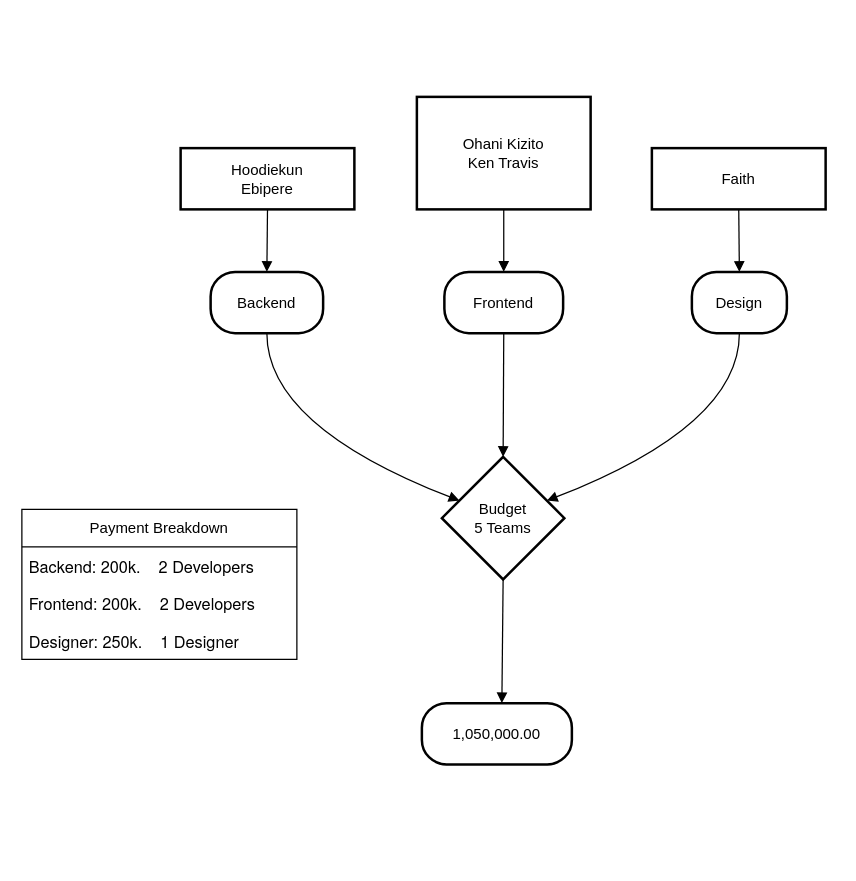
Hoodiekun/FicklePesky keeps this draw.io diagram as Untitled Diagram.drawio. Above is the earlier version. Source tidied: cells renumbered, new cells numbered last; positions are measured from the earlier drawing's top-left corner, leaving out a move shared by most shapes. Both pictures are drawn from the tidied source at 125%, with x=0, y=0 at pixel (21, 96).
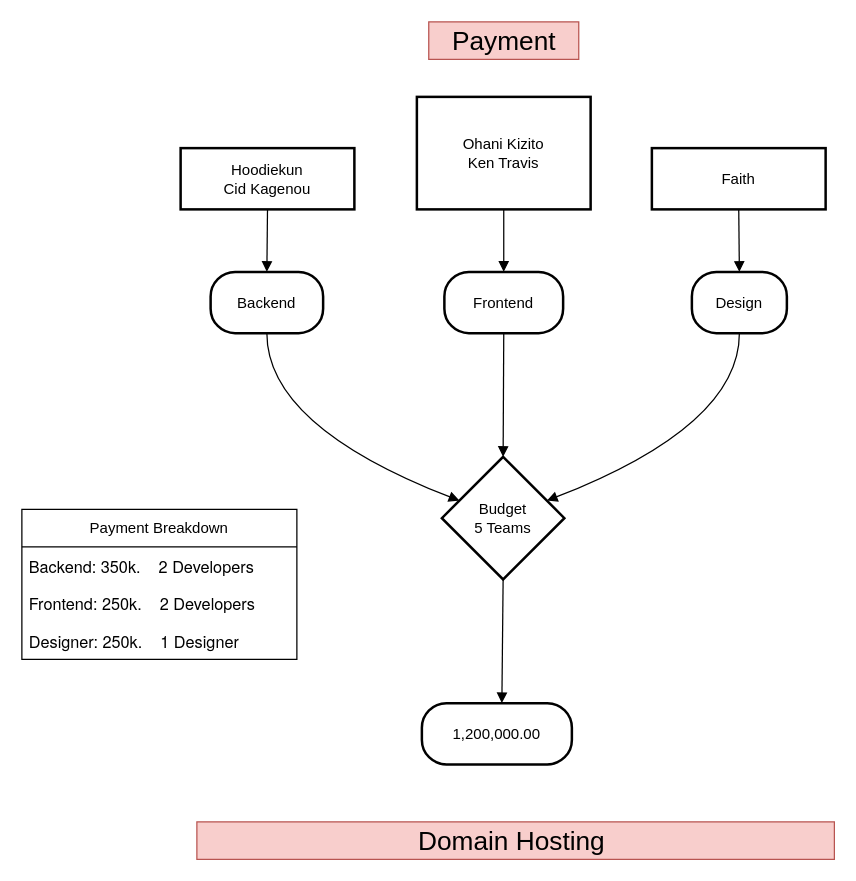
After the change.

The change refers to these unchanged cells:
```xml
<mxCell id="19" value="Payment Breakdown" style="swimlane;fontStyle=0;horizontal=1;startSize=30;whiteSpace=wrap;html=1;" parent="17" vertex="1">
  <mxGeometry width="220" height="120" as="geometry" />
</mxCell>
```

The edit, as a diff of the source:
```diff
@@
-    <mxCell id="2" value="Hoodiekun&#10;Ebipere" style="whiteSpace=wrap;strokeWidth=2;" parent="1" vertex="1">
+    <mxCell id="2" value="Hoodiekun&#10;Cid Kagenou" style="whiteSpace=wrap;strokeWidth=2;" parent="1" vertex="1">
       <mxGeometry x="127" y="41" width="139" height="49" as="geometry" />
     </mxCell>
@@
-    <mxCell id="16" value="1,050,000.00" style="rounded=1;arcSize=40;strokeWidth=2;" parent="1" vertex="1">
+    <mxCell id="16" value="1,200,000.00" style="rounded=1;arcSize=40;strokeWidth=2;" parent="1" vertex="1">
       <mxGeometry x="320" y="485" width="120" height="49" as="geometry" />
     </mxCell>
@@
-    <mxCell id="20" value="&lt;p style=&quot;margin: 0px; font-variant-numeric: normal; font-variant-east-asian: normal; font-variant-alternates: normal; font-size-adjust: none; font-kerning: auto; font-optical-sizing: auto; font-feature-settings: normal; font-variation-settings: normal; font-variant-position: normal; font-stretch: normal; font-size: 13px; line-height: normal; font-family: &amp;quot;Helvetica Neue&amp;quot;;&quot; class=&quot;p1&quot;&gt;Backend: 200k.&amp;nbsp; &amp;nbsp; 2 Developers&lt;/p&gt;" style="text;strokeColor=none;fillColor=none;align=left;verticalAlign=middle;spacingLeft=4;spacingRight=4;overflow=hidden;whiteSpace=wrap;html=1;" parent="19" vertex="1">
+    <mxCell id="20" value="&lt;p style=&quot;margin: 0px; font-variant-numeric: normal; font-variant-east-asian: normal; font-variant-alternates: normal; font-size-adjust: none; font-kerning: auto; font-optical-sizing: auto; font-feature-settings: normal; font-variation-settings: normal; font-variant-position: normal; font-stretch: normal; font-size: 13px; line-height: normal; font-family: &amp;quot;Helvetica Neue&amp;quot;;&quot; class=&quot;p1&quot;&gt;Backend: 350k.&amp;nbsp; &amp;nbsp; 2 Developers&lt;/p&gt;" style="text;strokeColor=none;fillColor=none;align=left;verticalAlign=middle;spacingLeft=4;spacingRight=4;overflow=hidden;whiteSpace=wrap;html=1;" parent="19" vertex="1">
       <mxGeometry y="30" width="220" height="30" as="geometry" />
     </mxCell>
-    <mxCell id="21" value="&lt;p style=&quot;margin: 0px; font-variant-numeric: normal; font-variant-east-asian: normal; font-variant-alternates: normal; font-size-adjust: none; font-kerning: auto; font-optical-sizing: auto; font-feature-settings: normal; font-variation-settings: normal; font-variant-position: normal; font-stretch: normal; font-size: 13px; line-height: normal; font-family: &amp;quot;Helvetica Neue&amp;quot;;&quot; class=&quot;p1&quot;&gt;Frontend: 200k.&amp;nbsp; &amp;nbsp; 2 Developers&lt;/p&gt;" style="text;strokeColor=none;fillColor=none;align=left;verticalAlign=middle;spacingLeft=4;spacingRight=4;overflow=hidden;whiteSpace=wrap;html=1;" parent="19" vertex="1">
+    <mxCell id="21" value="&lt;p style=&quot;margin: 0px; font-variant-numeric: normal; font-variant-east-asian: normal; font-variant-alternates: normal; font-size-adjust: none; font-kerning: auto; font-optical-sizing: auto; font-feature-settings: normal; font-variation-settings: normal; font-variant-position: normal; font-stretch: normal; font-size: 13px; line-height: normal; font-family: &amp;quot;Helvetica Neue&amp;quot;;&quot; class=&quot;p1&quot;&gt;Frontend: 250k.&amp;nbsp; &amp;nbsp; 2 Developers&lt;/p&gt;" style="text;strokeColor=none;fillColor=none;align=left;verticalAlign=middle;spacingLeft=4;spacingRight=4;overflow=hidden;whiteSpace=wrap;html=1;" parent="19" vertex="1">
       <mxGeometry y="60" width="220" height="30" as="geometry" />
     </mxCell>
@@
+    <mxCell id="23" value="&lt;font style=&quot;font-size: 21px;&quot;&gt;Payment&lt;/font&gt;" style="text;html=1;align=center;verticalAlign=middle;whiteSpace=wrap;rounded=0;fillColor=#f8cecc;strokeColor=#b85450;" parent="1" vertex="1">
+      <mxGeometry x="325.5" y="-60" width="120" height="30" as="geometry" />
+    </mxCell>
+    <mxCell id="24" value="&lt;font style=&quot;font-size: 21px;&quot;&gt;Domain Hosting&amp;nbsp;&lt;/font&gt;" style="text;html=1;align=center;verticalAlign=middle;whiteSpace=wrap;rounded=0;fillColor=#f8cecc;strokeColor=#b85450;" parent="1" vertex="1">
+      <mxGeometry x="140" y="580" width="510" height="30" as="geometry" />
+    </mxCell>
```
